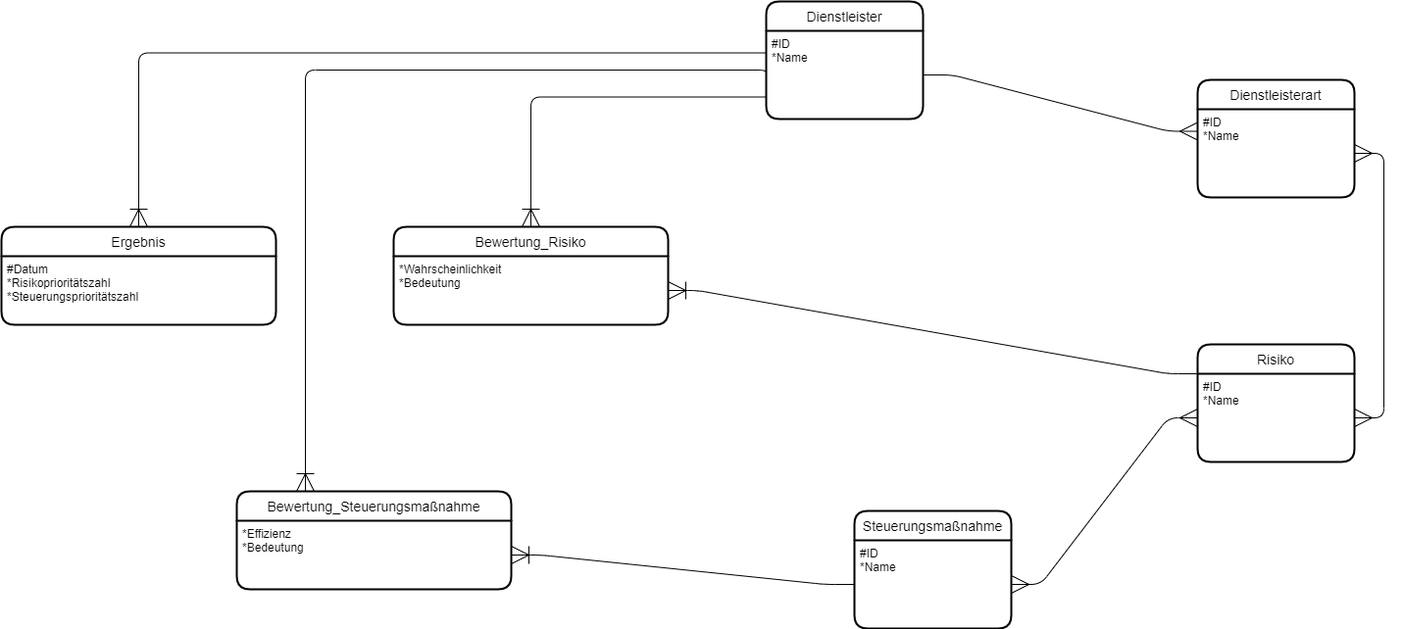
sgtSeme4ki/complianceDB keeps this draw.io diagram as er.png. Above is the earlier version. Source tidied: cells renumbered, new cells last; positions are measured from the earlier drawing's top-left corner, leaving out a move shared by most shapes.
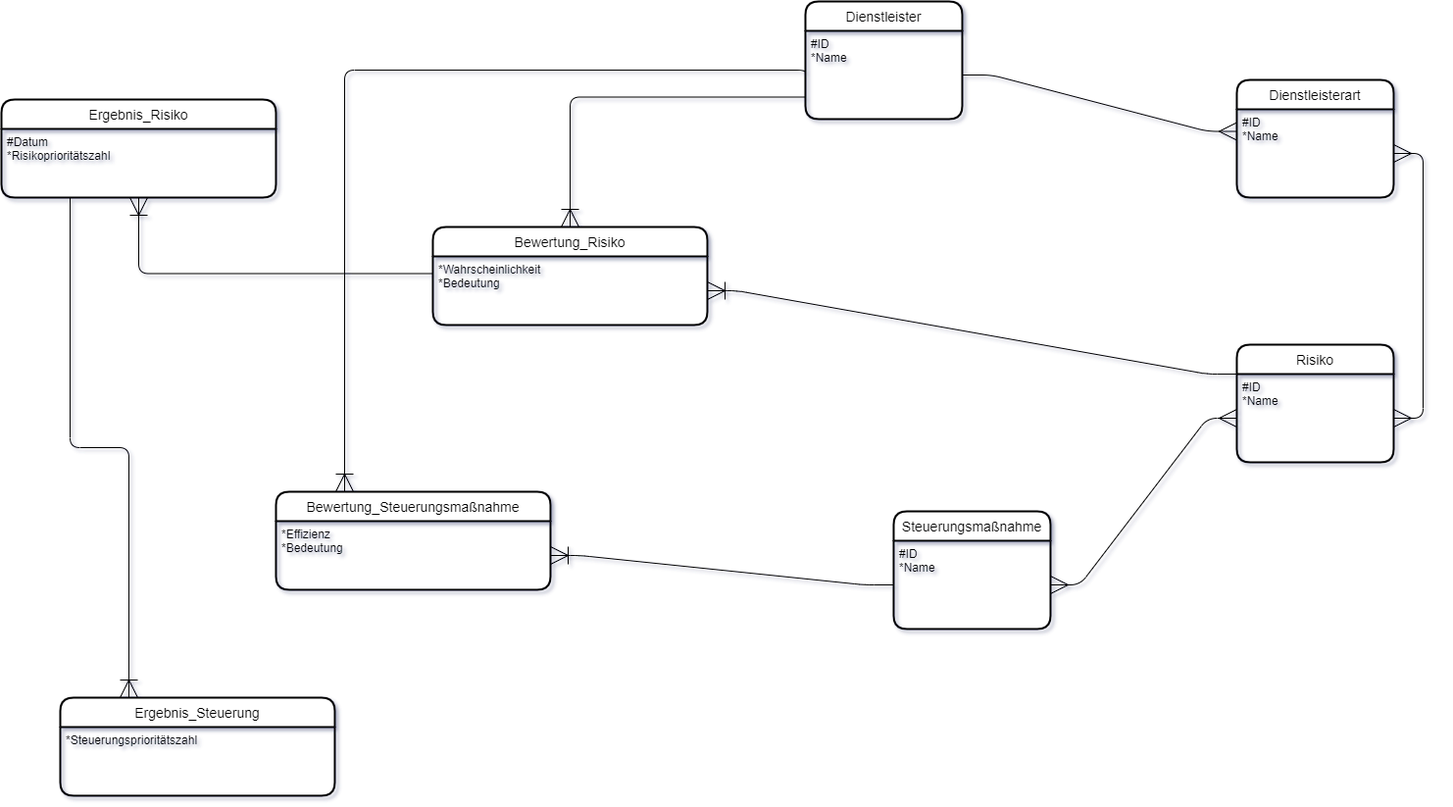
Above is the later version.

Commit message:
test daten und er

Change to the diagram source:
```diff
@@ -64,14 +64,23 @@
         </Array>
       </mxGeometry>
     </mxCell>
-    <mxCell id="21" value="Ergebnis" style="swimlane;horizontal=1;startSize=30;fontSize=14;fontStyle=0;strokeWidth=2;shadow=0;dashed=0;align=center;rounded=1;" parent="1" vertex="1">
-      <mxGeometry y="230" width="280" height="100" as="geometry" />
+    <mxCell id="21" value="Ergebnis_Risiko" style="swimlane;horizontal=1;startSize=30;fontSize=14;fontStyle=0;strokeWidth=2;shadow=0;dashed=0;align=center;rounded=1;" parent="1" vertex="1">
+      <mxGeometry x="-40" y="100" width="280" height="100" as="geometry" />
     </mxCell>
-    <mxCell id="22" value="#Datum&#10;*Risikoprioritätszahl&#10;*Steuerungsprioritätszahl&#10;" style="align=left;strokeColor=none;fillColor=none;spacingLeft=4;fontSize=12;verticalAlign=top;rounded=1;" parent="21" vertex="1">
+    <mxCell id="22" value="#Datum&#10;*Risikoprioritätszahl&#10;" style="align=left;strokeColor=none;fillColor=none;spacingLeft=4;fontSize=12;verticalAlign=top;rounded=1;" parent="21" vertex="1">
       <mxGeometry y="30" width="280" height="70" as="geometry" />
     </mxCell>
-    <mxCell id="23" style="fontSize=12;html=1;endArrow=ERoneToMany;shadow=0;strokeWidth=1;anchorPointDirection=0;snapToPoint=0;comic=0;edgeStyle=orthogonalEdgeStyle;elbow=vertical;endSize=16;startSize=16;entryX=0.5;entryY=0;entryDx=0;entryDy=0;exitX=0;exitY=0.25;exitDx=0;exitDy=0;" parent="1" edge="1" source="3" target="21">
-      <mxGeometry relative="1" as="geometry" />
-    </mxCell>
+    <mxCell id="24" style="fontSize=12;html=1;endArrow=ERoneToMany;shadow=0;strokeWidth=1;anchorPointDirection=0;snapToPoint=0;comic=0;edgeStyle=orthogonalEdgeStyle;elbow=vertical;endSize=16;startSize=16;entryX=0.5;entryY=1;entryDx=0;entryDy=0;exitX=0;exitY=0.25;exitDx=0;exitDy=0;" parent="1" edge="1" source="16" target="22">
+      <mxGeometry relative="1" as="geometry" />
+    </mxCell>
+    <mxCell id="25" value="Ergebnis_Steuerung" style="swimlane;horizontal=1;startSize=30;fontSize=14;fontStyle=0;strokeWidth=2;shadow=0;dashed=0;align=center;rounded=1;" parent="1" vertex="1">
+      <mxGeometry x="20" y="710" width="280" height="100" as="geometry" />
+    </mxCell>
+    <mxCell id="26" value="*Steuerungsprioritätszahl&#10;" style="align=left;strokeColor=none;fillColor=none;spacingLeft=4;fontSize=12;verticalAlign=top;rounded=1;" parent="25" vertex="1">
+      <mxGeometry y="30" width="280" height="70" as="geometry" />
+    </mxCell>
+    <mxCell id="27" style="fontSize=12;html=1;endArrow=ERoneToMany;shadow=0;strokeWidth=1;anchorPointDirection=0;snapToPoint=0;comic=0;edgeStyle=orthogonalEdgeStyle;elbow=vertical;endSize=16;startSize=16;exitX=0.25;exitY=1;exitDx=0;exitDy=0;entryX=0.25;entryY=0;entryDx=0;entryDy=0;" parent="1" edge="1" source="22" target="25">
+      <mxGeometry relative="1" as="geometry" />
+    </mxCell>
   </root>
 </mxGraphModel>
```
